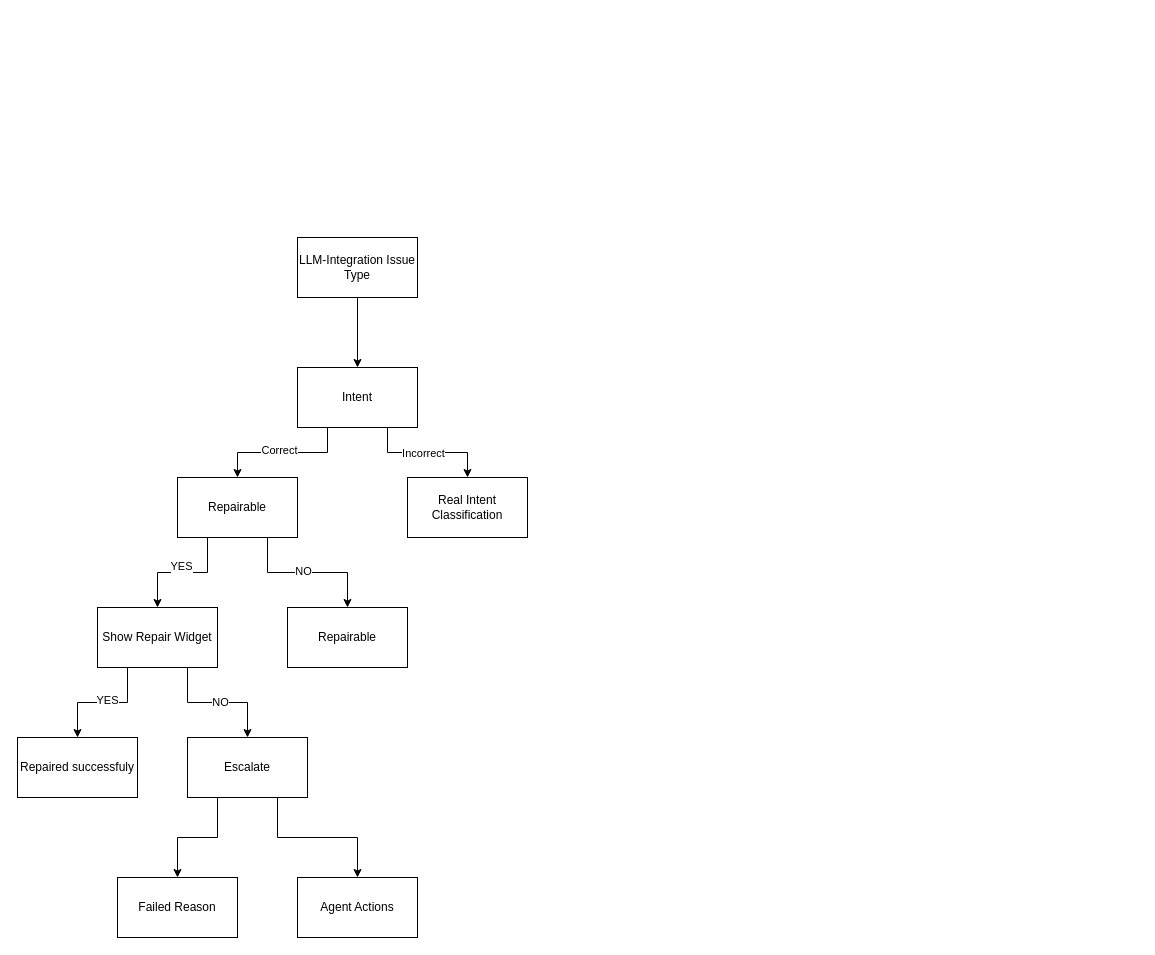
evagle/awesome keeps this draw.io diagram as Integration Issue Analyzation.drawio. Above is the earlier version. Source tidied: cells renumbered, new cells numbered last; positions are measured from the earlier drawing's top-left corner, leaving out a move shared by most shapes. Both pictures are drawn from the tidied source at 100%, with x=0, y=0 at pixel (17, 237).
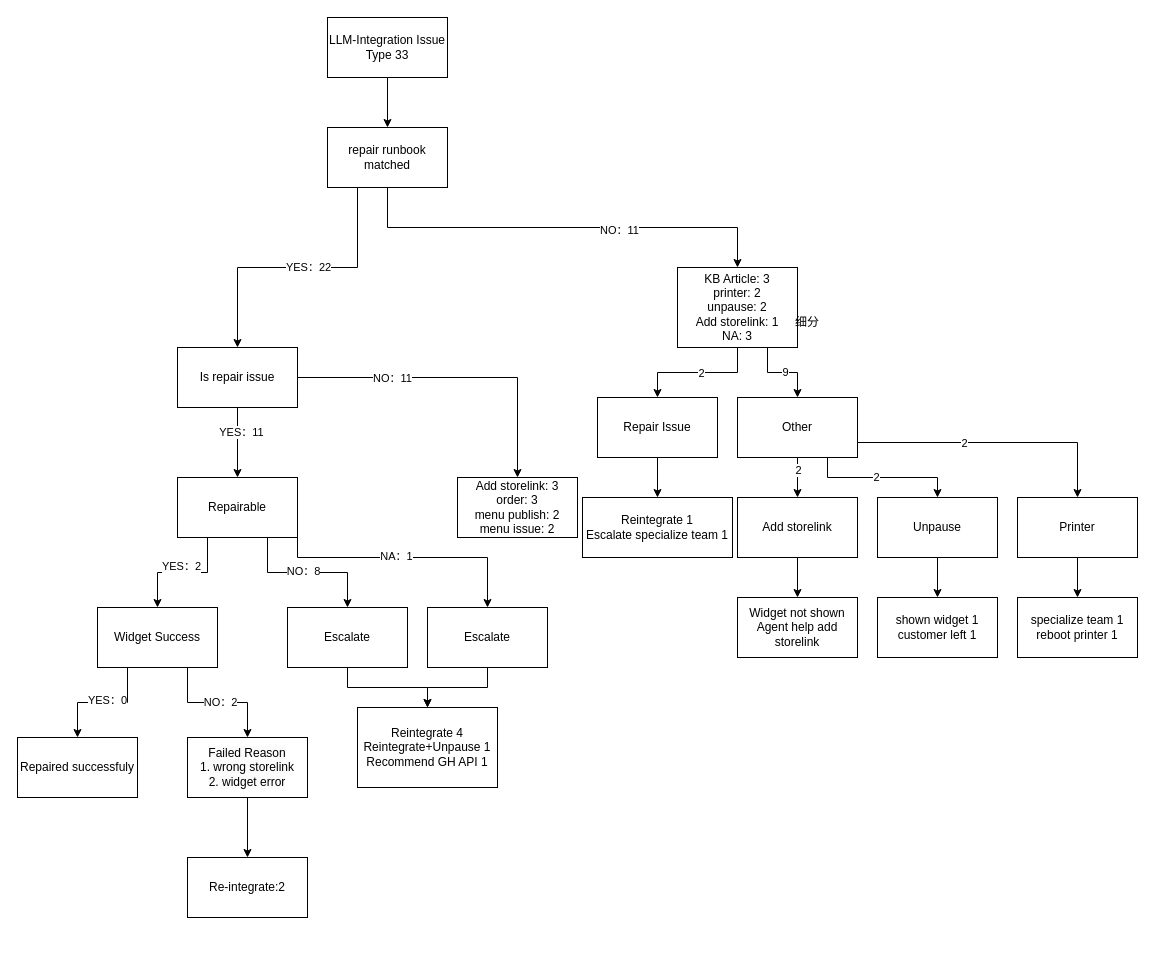
The same page after the edit.

Unchanged cells that the change refers to:
```xml
<mxCell id="9" style="edgeStyle=orthogonalEdgeStyle;rounded=0;jettySize=auto;html=1;exitX=0.25;exitY=1;exitDx=0;exitDy=0;" parent="1" edge="1" source="13" target="19">
  <mxGeometry relative="1" as="geometry" />
</mxCell>
<mxCell id="11" style="edgeStyle=orthogonalEdgeStyle;rounded=0;jettySize=auto;html=1;exitX=0.75;exitY=1;exitDx=0;exitDy=0;entryX=0.5;entryY=0;entryDx=0;entryDy=0;" parent="1" edge="1" source="13" target="20">
  <mxGeometry relative="1" as="geometry" />
</mxCell>
<mxCell id="13" value="Repairable" style="whiteSpace=wrap;html=1;" parent="1" vertex="1">
  <mxGeometry x="160" y="240" width="120" height="60" as="geometry" />
</mxCell>
<mxCell id="15" style="edgeStyle=orthogonalEdgeStyle;rounded=0;jettySize=auto;html=1;exitX=0.25;exitY=1;exitDx=0;exitDy=0;entryX=0.5;entryY=0;entryDx=0;entryDy=0;" parent="1" edge="1" source="19" target="21">
  <mxGeometry relative="1" as="geometry" />
</mxCell>
<mxCell id="17" style="edgeStyle=orthogonalEdgeStyle;rounded=0;jettySize=auto;html=1;exitX=0.75;exitY=1;exitDx=0;exitDy=0;" parent="1" edge="1" source="19" target="24">
  <mxGeometry relative="1" as="geometry" />
</mxCell>
```

The edit, as a diff of the source:
```diff
@@
-    <mxCell id="3" value="LLM-Integration Issue Type" style="whiteSpace=wrap;html=1;" parent="1" vertex="1">
-      <mxGeometry x="280" width="120" height="60" as="geometry" />
+    <mxCell id="3" value="LLM-Integration Issue Type 33" style="whiteSpace=wrap;html=1;" parent="1" vertex="1">
+      <mxGeometry x="310" y="-220" width="120" height="60" as="geometry" />
     </mxCell>
-    <mxCell id="4" style="edgeStyle=orthogonalEdgeStyle;rounded=0;jettySize=auto;html=1;exitX=0.25;exitY=1;exitDx=0;exitDy=0;entryX=0.5;entryY=0;entryDx=0;entryDy=0;" parent="1" edge="1" source="8" target="13">
+    <mxCell id="4" style="edgeStyle=orthogonalEdgeStyle;rounded=0;jettySize=auto;html=1;exitX=0.25;exitY=1;exitDx=0;exitDy=0;entryX=0.5;entryY=0;entryDx=0;entryDy=0;" parent="1" edge="1" source="8" target="43">
       <mxGeometry relative="1" as="geometry" />
     </mxCell>
-    <mxCell id="5" value="Correct" style="edgeLabel;html=1;align=center;verticalAlign=middle;" parent="4" vertex="1">
-      <mxGeometry x="0.06" y="-3" relative="1" as="geometry" />
-    </mxCell>
-    <mxCell id="6" style="edgeStyle=orthogonalEdgeStyle;rounded=0;jettySize=auto;html=1;exitX=0.75;exitY=1;exitDx=0;exitDy=0;" parent="1" edge="1" source="8" target="14">
-      <mxGeometry relative="1" as="geometry" />
-    </mxCell>
-    <mxCell id="7" value="Incorrect" style="edgeLabel;html=1;align=center;verticalAlign=middle;" parent="6" vertex="1">
-      <mxGeometry x="-0.08" relative="1" as="geometry" />
-    </mxCell>
+    <mxCell id="27" value="YES：22" style="edgeLabel;html=1;align=center;verticalAlign=middle;" parent="4" vertex="1">
+      <mxGeometry x="-0.07" y="-1" relative="1" as="geometry" />
+    </mxCell>
+    <mxCell id="28" style="edgeStyle=orthogonalEdgeStyle;rounded=0;jettySize=auto;html=1;exitX=0.5;exitY=1;exitDx=0;exitDy=0;" parent="1" edge="1" source="8" target="38">
+      <mxGeometry relative="1" as="geometry" />
+    </mxCell>
+    <mxCell id="29" value="NO：11" style="edgeLabel;html=1;align=center;verticalAlign=middle;" parent="28" vertex="1">
+      <mxGeometry x="0.26" y="-2" relative="1" as="geometry" />
+    </mxCell>
-    <mxCell id="8" value="Intent" style="whiteSpace=wrap;html=1;" parent="1" vertex="1">
-      <mxGeometry x="280" y="130" width="120" height="60" as="geometry" />
+    <mxCell id="8" value="repair runbook matched" style="whiteSpace=wrap;html=1;" parent="1" vertex="1">
+      <mxGeometry x="310" y="-110" width="120" height="60" as="geometry" />
     </mxCell>
@@
-    <mxCell id="10" value="YES" style="edgeLabel;html=1;align=center;verticalAlign=middle;" parent="9" vertex="1">
+    <mxCell id="10" value="YES：2" style="edgeLabel;html=1;align=center;verticalAlign=middle;" parent="9" vertex="1">
       <mxGeometry x="0.03" y="-7" relative="1" as="geometry" />
     </mxCell>
@@
-    <mxCell id="12" value="NO" style="edgeLabel;html=1;align=center;verticalAlign=middle;" parent="11" vertex="1">
+    <mxCell id="12" value="NO：8" style="edgeLabel;html=1;align=center;verticalAlign=middle;" parent="11" vertex="1">
       <mxGeometry x="-0.07" y="2" relative="1" as="geometry" />
     </mxCell>
+    <mxCell id="30" style="edgeStyle=orthogonalEdgeStyle;rounded=0;jettySize=auto;html=1;exitX=1;exitY=0.75;exitDx=0;exitDy=0;entryX=0.5;entryY=0;entryDx=0;entryDy=0;" parent="1" edge="1" source="13" target="46">
+      <mxGeometry relative="1" as="geometry">
+        <Array as="points">
+          <mxPoint x="280" y="320" />
+          <mxPoint x="470" y="320" />
+        </Array>
+      </mxGeometry>
+    </mxCell>
+    <mxCell id="31" value="NA：1" style="edgeLabel;html=1;align=center;verticalAlign=middle;" parent="30" vertex="1">
+      <mxGeometry x="-0.03" y="2" relative="1" as="geometry" />
+    </mxCell>
@@
-    <mxCell id="14" value="Real Intent Classification" style="whiteSpace=wrap;html=1;" parent="1" vertex="1">
-      <mxGeometry x="390" y="240" width="120" height="60" as="geometry" />
-    </mxCell>
@@
-    <mxCell id="16" value="YES" style="edgeLabel;html=1;align=center;verticalAlign=middle;" parent="15" vertex="1">
+    <mxCell id="16" value="YES：0" style="edgeLabel;html=1;align=center;verticalAlign=middle;" parent="15" vertex="1">
       <mxGeometry x="-0.06" y="-3" relative="1" as="geometry" />
     </mxCell>
@@
-    <mxCell id="18" value="NO" style="edgeLabel;html=1;align=center;verticalAlign=middle;" parent="17" vertex="1">
+    <mxCell id="18" value="NO：2" style="edgeLabel;html=1;align=center;verticalAlign=middle;" parent="17" vertex="1">
       <mxGeometry x="0.03" y="1" relative="1" as="geometry" />
     </mxCell>
-    <mxCell id="19" value="Show Repair Widget" style="whiteSpace=wrap;html=1;" parent="1" vertex="1">
+    <mxCell id="19" value="Widget Success" style="whiteSpace=wrap;html=1;" parent="1" vertex="1">
       <mxGeometry x="80" y="370" width="120" height="60" as="geometry" />
     </mxCell>
+    <mxCell id="32" style="edgeStyle=orthogonalEdgeStyle;rounded=0;jettySize=auto;html=1;exitX=0.5;exitY=1;exitDx=0;exitDy=0;" parent="1" edge="1" source="20" target="58">
+      <mxGeometry relative="1" as="geometry" />
+    </mxCell>
-    <mxCell id="20" value="Repairable" style="whiteSpace=wrap;html=1;" parent="1" vertex="1">
+    <mxCell id="20" value="Escalate" style="whiteSpace=wrap;html=1;" parent="1" vertex="1">
       <mxGeometry x="270" y="370" width="120" height="60" as="geometry" />
     </mxCell>
@@
-    <mxCell id="22" style="edgeStyle=orthogonalEdgeStyle;rounded=0;jettySize=auto;html=1;exitX=0.25;exitY=1;exitDx=0;exitDy=0;entryX=0.5;entryY=0;entryDx=0;entryDy=0;" parent="1" edge="1" source="24" target="25">
-      <mxGeometry relative="1" as="geometry" />
-    </mxCell>
-    <mxCell id="23" style="edgeStyle=orthogonalEdgeStyle;rounded=0;jettySize=auto;html=1;exitX=0.75;exitY=1;exitDx=0;exitDy=0;entryX=0.5;entryY=0;entryDx=0;entryDy=0;" parent="1" edge="1" source="24" target="26">
-      <mxGeometry relative="1" as="geometry" />
-    </mxCell>
+    <mxCell id="33" style="edgeStyle=orthogonalEdgeStyle;rounded=0;jettySize=auto;html=1;exitX=0.5;exitY=1;exitDx=0;exitDy=0;" parent="1" edge="1" source="24" target="57">
+      <mxGeometry relative="1" as="geometry" />
+    </mxCell>
-    <mxCell id="24" value="Escalate" style="whiteSpace=wrap;html=1;" parent="1" vertex="1">
+    <mxCell id="24" value="&lt;span style=&quot;color: rgb(0, 0, 0); font-family: Helvetica; font-size: 12px; font-style: normal; font-variant-ligatures: normal; font-variant-caps: normal; font-weight: 400; letter-spacing: normal; orphans: 2; text-align: center; text-indent: 0px; text-transform: none; widows: 2; word-spacing: 0px; -webkit-text-stroke-width: 0px; white-space: normal; background-color: rgb(251, 251, 251); text-decoration-thickness: initial; text-decoration-style: initial; text-decoration-color: initial; display: inline !important; float: none;&quot;&gt;Failed Reason&lt;br&gt;1. wrong storelink&lt;br&gt;2. widget error&lt;/span&gt;" style="whiteSpace=wrap;html=1;" parent="1" vertex="1">
       <mxGeometry x="170" y="500" width="120" height="60" as="geometry" />
     </mxCell>
-    <mxCell id="25" value="Failed Reason" style="whiteSpace=wrap;html=1;" parent="1" vertex="1">
-      <mxGeometry x="100" y="640" width="120" height="60" as="geometry" />
-    </mxCell>
-    <mxCell id="26" value="Agent Actions" style="whiteSpace=wrap;html=1;" parent="1" vertex="1">
-      <mxGeometry x="280" y="640" width="120" height="60" as="geometry" />
-    </mxCell>
+    <mxCell id="34" style="edgeStyle=orthogonalEdgeStyle;rounded=0;jettySize=auto;html=1;exitX=0.5;exitY=1;exitDx=0;exitDy=0;" parent="1" edge="1" source="38" target="48">
+      <mxGeometry relative="1" as="geometry" />
+    </mxCell>
+    <mxCell id="35" value="2" style="edgeLabel;html=1;align=center;verticalAlign=middle;" parent="34" vertex="1">
+      <mxGeometry x="-0.04" relative="1" as="geometry" />
+    </mxCell>
+    <mxCell id="36" style="edgeStyle=orthogonalEdgeStyle;rounded=0;jettySize=auto;html=1;exitX=0.75;exitY=1;exitDx=0;exitDy=0;entryX=0.5;entryY=0;entryDx=0;entryDy=0;" parent="1" edge="1" source="38" target="55">
+      <mxGeometry relative="1" as="geometry" />
+    </mxCell>
+    <mxCell id="37" value="9" style="edgeLabel;html=1;align=center;verticalAlign=middle;" parent="36" vertex="1">
+      <mxGeometry x="0.06" y="1" relative="1" as="geometry" />
+    </mxCell>
+    <mxCell id="38" value="KB Article: 3&lt;br&gt;printer: 2&lt;br&gt;unpause: 2&lt;br&gt;Add storelink: 1&lt;br&gt;NA: 3" style="whiteSpace=wrap;html=1;" parent="1" vertex="1">
+      <mxGeometry x="660" y="30" width="120" height="80" as="geometry" />
+    </mxCell>
+    <mxCell id="39" style="edgeStyle=orthogonalEdgeStyle;rounded=0;jettySize=auto;html=1;exitX=0.5;exitY=1;exitDx=0;exitDy=0;" parent="1" edge="1" source="43" target="13">
+      <mxGeometry relative="1" as="geometry" />
+    </mxCell>
+    <mxCell id="40" value="YES：11" style="edgeLabel;html=1;align=center;verticalAlign=middle;" parent="39" vertex="1">
+      <mxGeometry x="-0.31" y="3" relative="1" as="geometry" />
+    </mxCell>
+    <mxCell id="41" style="edgeStyle=orthogonalEdgeStyle;rounded=0;jettySize=auto;html=1;exitX=1;exitY=0.5;exitDx=0;exitDy=0;" parent="1" edge="1" source="43" target="44">
+      <mxGeometry relative="1" as="geometry" />
+    </mxCell>
+    <mxCell id="42" value="NO：11" style="edgeLabel;html=1;align=center;verticalAlign=middle;" parent="41" vertex="1">
+      <mxGeometry x="-0.41" relative="1" as="geometry" />
+    </mxCell>
+    <mxCell id="43" value="Is repair issue" style="whiteSpace=wrap;html=1;" parent="1" vertex="1">
+      <mxGeometry x="160" y="110" width="120" height="60" as="geometry" />
+    </mxCell>
+    <mxCell id="44" value="Add storelink: 3&lt;br&gt;order: 3&lt;br&gt;menu publish: 2&lt;div&gt;menu issue: 2&lt;/div&gt;" style="whiteSpace=wrap;html=1;" parent="1" vertex="1">
+      <mxGeometry x="440" y="240" width="120" height="60" as="geometry" />
+    </mxCell>
+    <mxCell id="45" style="edgeStyle=orthogonalEdgeStyle;rounded=0;jettySize=auto;html=1;exitX=0.5;exitY=1;exitDx=0;exitDy=0;" parent="1" edge="1" source="46" target="58">
+      <mxGeometry relative="1" as="geometry" />
+    </mxCell>
+    <mxCell id="46" value="Escalate" style="whiteSpace=wrap;html=1;" parent="1" vertex="1">
+      <mxGeometry x="410" y="370" width="120" height="60" as="geometry" />
+    </mxCell>
+    <mxCell id="47" style="edgeStyle=orthogonalEdgeStyle;rounded=0;jettySize=auto;html=1;exitX=0.5;exitY=1;exitDx=0;exitDy=0;entryX=0.5;entryY=0;entryDx=0;entryDy=0;" parent="1" edge="1" source="48" target="59">
+      <mxGeometry relative="1" as="geometry" />
+    </mxCell>
+    <mxCell id="48" value="Repair Issue" style="whiteSpace=wrap;html=1;" parent="1" vertex="1">
+      <mxGeometry x="580" y="160" width="120" height="60" as="geometry" />
+    </mxCell>
+    <mxCell id="49" style="edgeStyle=orthogonalEdgeStyle;rounded=0;jettySize=auto;html=1;exitX=0.5;exitY=1;exitDx=0;exitDy=0;entryX=0.5;entryY=0;entryDx=0;entryDy=0;" parent="1" edge="1" source="55" target="61">
+      <mxGeometry relative="1" as="geometry" />
+    </mxCell>
+    <mxCell id="50" value="2" style="edgeLabel;html=1;align=center;verticalAlign=middle;" parent="49" vertex="1">
+      <mxGeometry x="-0.41" relative="1" as="geometry" />
+    </mxCell>
+    <mxCell id="51" style="edgeStyle=orthogonalEdgeStyle;rounded=0;jettySize=auto;html=1;exitX=0.75;exitY=1;exitDx=0;exitDy=0;" parent="1" edge="1" source="55" target="64">
+      <mxGeometry relative="1" as="geometry" />
+    </mxCell>
+    <mxCell id="52" value="2" style="edgeLabel;html=1;align=center;verticalAlign=middle;" parent="51" vertex="1">
+      <mxGeometry x="-0.09" y="1" relative="1" as="geometry" />
+    </mxCell>
+    <mxCell id="53" style="edgeStyle=orthogonalEdgeStyle;rounded=0;jettySize=auto;html=1;exitX=1;exitY=0.75;exitDx=0;exitDy=0;" parent="1" edge="1" source="55" target="67">
+      <mxGeometry relative="1" as="geometry" />
+    </mxCell>
+    <mxCell id="54" value="2" style="edgeLabel;html=1;align=center;verticalAlign=middle;" parent="53" vertex="1">
+      <mxGeometry x="-0.23" relative="1" as="geometry" />
+    </mxCell>
+    <mxCell id="55" value="Other" style="whiteSpace=wrap;html=1;" parent="1" vertex="1">
+      <mxGeometry x="720" y="160" width="120" height="60" as="geometry" />
+    </mxCell>
+    <mxCell id="56" value="细分" style="text;html=1;align=center;verticalAlign=middle;whiteSpace=wrap;rounded=0;" parent="1" vertex="1">
+      <mxGeometry x="760" y="70" width="60" height="30" as="geometry" />
+    </mxCell>
+    <mxCell id="57" value="Re-integrate:2" style="whiteSpace=wrap;html=1;" parent="1" vertex="1">
+      <mxGeometry x="170" y="620" width="120" height="60" as="geometry" />
+    </mxCell>
+    <mxCell id="58" value="Reintegrate 4&lt;br&gt;Reintegrate+Unpause 1&lt;br&gt;Recommend GH API 1" style="whiteSpace=wrap;html=1;" parent="1" vertex="1">
+      <mxGeometry x="340" y="470" width="140" height="80" as="geometry" />
+    </mxCell>
+    <mxCell id="59" value="Reintegrate 1&lt;br&gt;Escalate specialize team 1" style="whiteSpace=wrap;html=1;" parent="1" vertex="1">
+      <mxGeometry x="565" y="260" width="150" height="60" as="geometry" />
+    </mxCell>
+    <mxCell id="60" style="edgeStyle=orthogonalEdgeStyle;rounded=0;jettySize=auto;html=1;exitX=0.5;exitY=1;exitDx=0;exitDy=0;entryX=0.5;entryY=0;entryDx=0;entryDy=0;" parent="1" edge="1" source="61" target="62">
+      <mxGeometry relative="1" as="geometry" />
+    </mxCell>
+    <mxCell id="61" value="Add storelink" style="whiteSpace=wrap;html=1;" parent="1" vertex="1">
+      <mxGeometry x="720" y="260" width="120" height="60" as="geometry" />
+    </mxCell>
+    <mxCell id="62" value="Widget not shown&lt;br&gt;Agent help add storelink" style="whiteSpace=wrap;html=1;" parent="1" vertex="1">
+      <mxGeometry x="720" y="360" width="120" height="60" as="geometry" />
+    </mxCell>
+    <mxCell id="63" style="edgeStyle=orthogonalEdgeStyle;rounded=0;jettySize=auto;html=1;exitX=0.5;exitY=1;exitDx=0;exitDy=0;" parent="1" edge="1" source="64" target="65">
+      <mxGeometry relative="1" as="geometry" />
+    </mxCell>
+    <mxCell id="64" value="Unpause" style="whiteSpace=wrap;html=1;" parent="1" vertex="1">
+      <mxGeometry x="860" y="260" width="120" height="60" as="geometry" />
+    </mxCell>
+    <mxCell id="65" value="shown widget 1&lt;br&gt;customer left 1" style="whiteSpace=wrap;html=1;" parent="1" vertex="1">
+      <mxGeometry x="860" y="360" width="120" height="60" as="geometry" />
+    </mxCell>
+    <mxCell id="66" style="edgeStyle=orthogonalEdgeStyle;rounded=0;jettySize=auto;html=1;exitX=0.5;exitY=1;exitDx=0;exitDy=0;entryX=0.5;entryY=0;entryDx=0;entryDy=0;" parent="1" edge="1" source="67" target="68">
+      <mxGeometry relative="1" as="geometry" />
+    </mxCell>
+    <mxCell id="67" value="Printer" style="whiteSpace=wrap;html=1;" parent="1" vertex="1">
+      <mxGeometry x="1000" y="260" width="120" height="60" as="geometry" />
+    </mxCell>
+    <mxCell id="68" value="specialize team 1&lt;br&gt;reboot printer 1" style="whiteSpace=wrap;html=1;" parent="1" vertex="1">
+      <mxGeometry x="1000" y="360" width="120" height="60" as="geometry" />
+    </mxCell>
```
